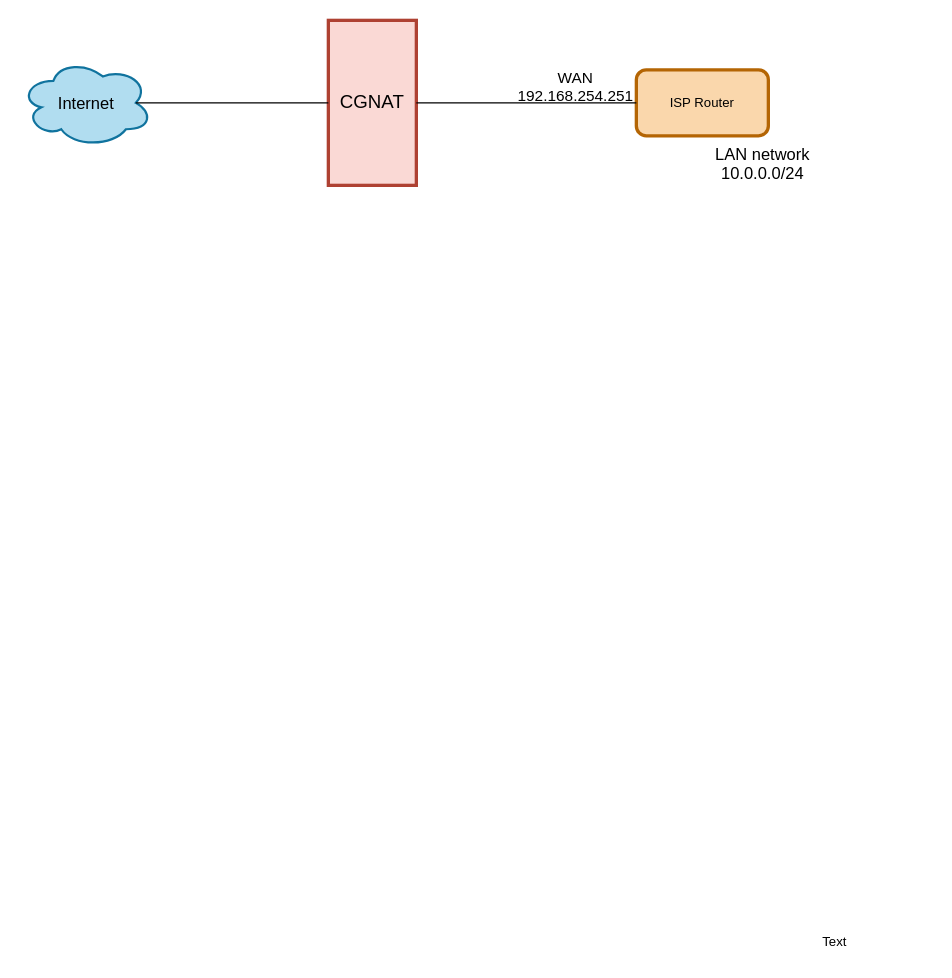
Andreansx/Networking-lab keeps this draw.io diagram as network.drawio. Above is the earlier version. Source tidied: cells renumbered, new cells numbered last; positions are measured from the earlier drawing's top-left corner, leaving out a move shared by most shapes. Both pictures are drawn from the tidied source at 110%, with x=0, y=0 at pixel (20, 20).
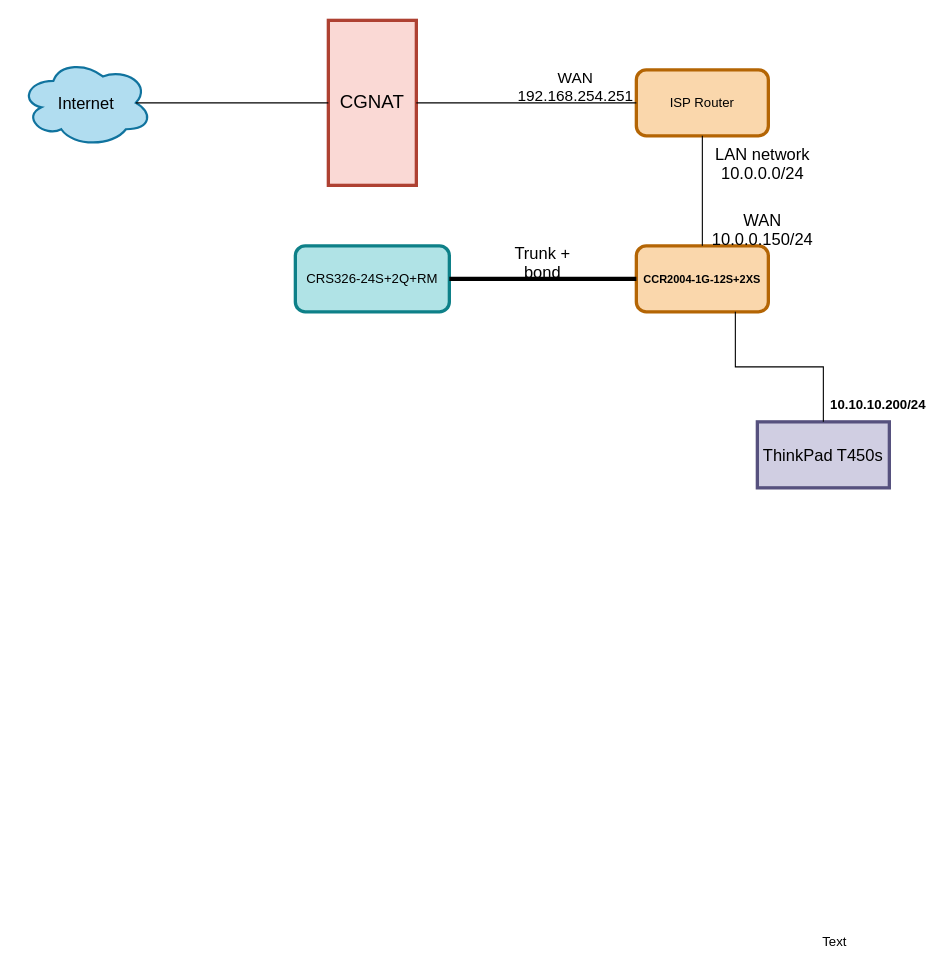
Above is the later version.

Unchanged cells that the change refers to:
```xml
<mxCell id="4" value="ISP Router" style="rounded=1;whiteSpace=wrap;html=1;fillColor=#fad7ac;strokeColor=#b46504;strokeWidth=3;" parent="1" vertex="1">
  <mxGeometry x="560" y="45" width="120" height="60" as="geometry" />
</mxCell>
```

What changed in the source:
```diff
@@
+    <mxCell id="10" value="&lt;font size=&quot;1&quot;&gt;&lt;b&gt;CCR2004-1G-12S+2XS&lt;/b&gt;&lt;/font&gt;" style="rounded=1;whiteSpace=wrap;html=1;fillColor=#fad7ac;strokeColor=#b46504;strokeWidth=3;" parent="1" vertex="1">
+      <mxGeometry x="560" y="205" width="120" height="60" as="geometry" />
+    </mxCell>
+    <mxCell id="11" style="endArrow=none;html=1;rounded=0;entryX=0.5;entryY=1;entryDx=0;entryDy=0;exitX=0.5;exitY=0;exitDx=0;exitDy=0;" parent="1" edge="1" source="10" target="4">
+      <mxGeometry relative="1" as="geometry" />
+    </mxCell>
+    <mxCell id="12" value="&lt;div&gt;&lt;font style=&quot;font-size: 15px;&quot;&gt;WAN&lt;/font&gt;&lt;/div&gt;&lt;div&gt;&lt;font style=&quot;font-size: 15px;&quot;&gt;10.0.0.150/24&lt;/font&gt;&lt;/div&gt;" style="text;html=1;align=center;verticalAlign=middle;whiteSpace=wrap;rounded=0;" parent="1" vertex="1">
+      <mxGeometry x="620" y="175" width="110" height="30" as="geometry" />
+    </mxCell>
+    <mxCell id="13" value="CRS326-24S+2Q+RM" style="rounded=1;whiteSpace=wrap;html=1;fillColor=#b0e3e6;strokeColor=#0e8088;strokeWidth=3;" parent="1" vertex="1">
+      <mxGeometry x="250" y="205" width="140" height="60" as="geometry" />
+    </mxCell>
+    <mxCell id="14" style="endArrow=none;html=1;rounded=0;strokeWidth=4;strokeColor=light-dark(#000000,#F5C211);entryX=0;entryY=0.5;entryDx=0;entryDy=0;exitX=1;exitY=0.5;exitDx=0;exitDy=0;" parent="1" edge="1" source="13" target="10">
+      <mxGeometry relative="1" as="geometry" />
+    </mxCell>
+    <mxCell id="15" value="&lt;font style=&quot;font-size: 15px;&quot;&gt;Trunk + bond&lt;/font&gt;" style="text;html=1;align=center;verticalAlign=middle;whiteSpace=wrap;rounded=0;" parent="1" vertex="1">
+      <mxGeometry x="430" y="205" width="90" height="30" as="geometry" />
+    </mxCell>
+    <mxCell id="16" value="&lt;font style=&quot;font-size: 15px;&quot;&gt;ThinkPad T450s&lt;/font&gt;" style="rounded=0;whiteSpace=wrap;html=1;fillColor=#d0cee2;strokeColor=#56517e;strokeWidth=3;" parent="1" vertex="1">
+      <mxGeometry x="670" y="365" width="120" height="60" as="geometry" />
+    </mxCell>
+    <mxCell id="17" style="endArrow=none;html=1;rounded=0;entryX=0.75;entryY=1;entryDx=0;entryDy=0;exitX=0.5;exitY=0;exitDx=0;exitDy=0;" parent="1" edge="1" source="16" target="10">
+      <mxGeometry relative="1" as="geometry">
+        <Array as="points">
+          <mxPoint x="730" y="315" />
+          <mxPoint x="650" y="315" />
+        </Array>
+      </mxGeometry>
+    </mxCell>
+    <mxCell id="18" value="&lt;b&gt;10.10.10.200/24&lt;/b&gt;" style="text;html=1;align=center;verticalAlign=middle;whiteSpace=wrap;rounded=0;" parent="1" vertex="1">
+      <mxGeometry x="730" y="325" width="100" height="50" as="geometry" />
+    </mxCell>
```
